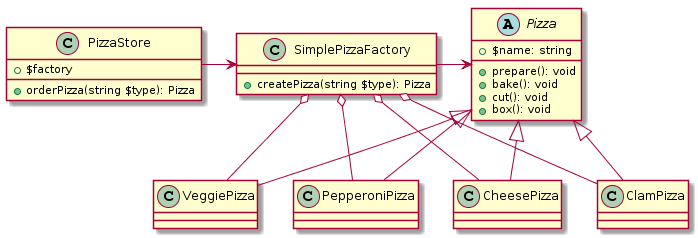
Above: img/simpleFactory.png in kin29/HeadFirstDezaPata (PlantUML), before the change.
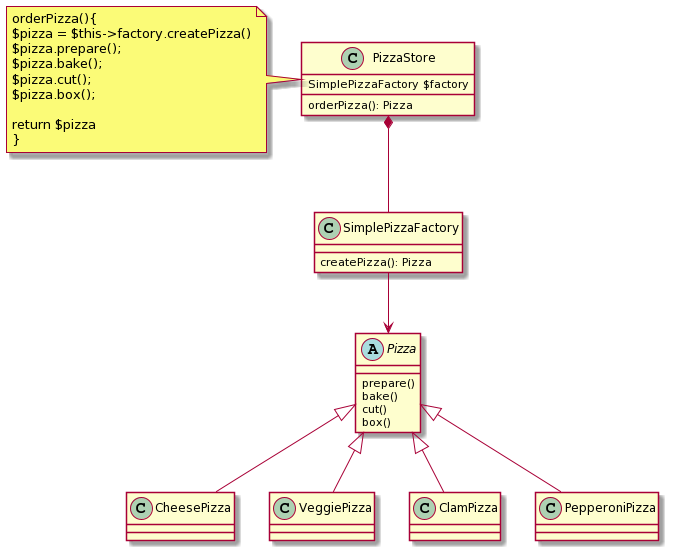
Later version of the same file.

The edit, as a diff of the source:
```diff
@@ -1,45 +1,31 @@
 @startuml
-PizzaStore ->SimplePizzaFactory
-SimplePizzaFactory -> Pizza
-SimplePizzaFactory o--CheesePizza
-SimplePizzaFactory o--ClamPizza
-SimplePizzaFactory o--VeggiePizza
-SimplePizzaFactory o--PepperoniPizza
+class PizzaStore
+{
+SimplePizzaFactory $factory
+orderPizza(): Pizza
+}
+note left: orderPizza(){\n$pizza = $this->factory.createPizza()\n$pizza.prepare();\n$pizza.bake();\n$pizza.cut();\n$pizza.box();\n\nreturn $pizza\n}
 
-abstract class Pizza
+PizzaStore*--SimplePizzaFactory
+
+class SimplePizzaFactory
 {
-  {field}+$name: string
-  {method}+prepare(): void
-  {method}+bake(): void
-  {method}+cut(): void
-  {method}+box(): void
+createPizza(): Pizza
 }
 
-class CheesePizza extends Pizza
+SimplePizzaFactory-->Pizza
+
+abstract Pizza
 {
-}
-
-class ClamPizza extends Pizza
-{
-}
-
-class PepperoniPizza extends Pizza
-{
-}
-
-class VeggiePizza extends Pizza
-{
+prepare()
+bake()
+cut()
+box()
 }
 
 
-class PizzaStore
-{
-{field}+$factory
-{method}+orderPizza(string $type): Pizza
-}
-
-class SimplePizzaFactory
-{
-{method}+createPizza(string $type): Pizza
-}
+Pizza <|-- CheesePizza
+Pizza<|--VeggiePizza
+Pizza<|--ClamPizza
+Pizza<|--PepperoniPizza
 @enduml
```
